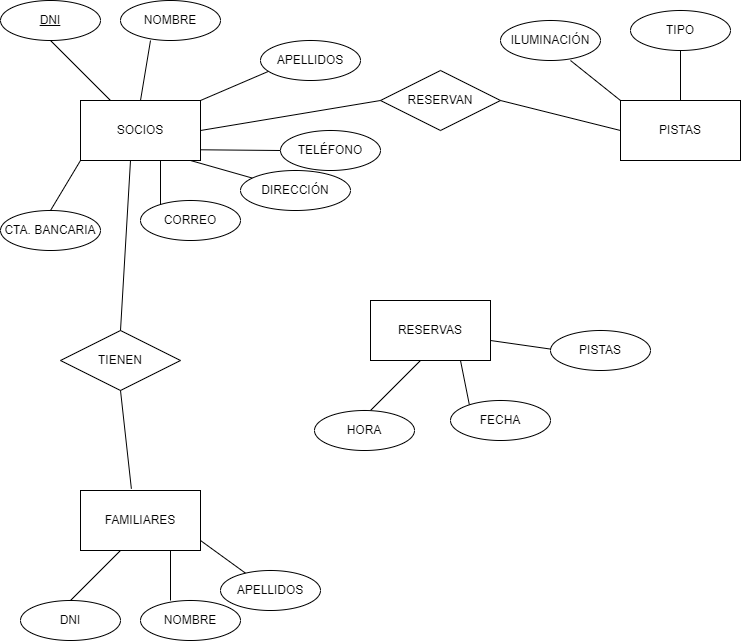
Before: Tarea_2.png, a diagram exported from draw.io (adrilave/Practica-1-AED). Source tidied: cells renumbered, new cells last; positions are measured from the earlier drawing's top-left corner, leaving out a move shared by most shapes.
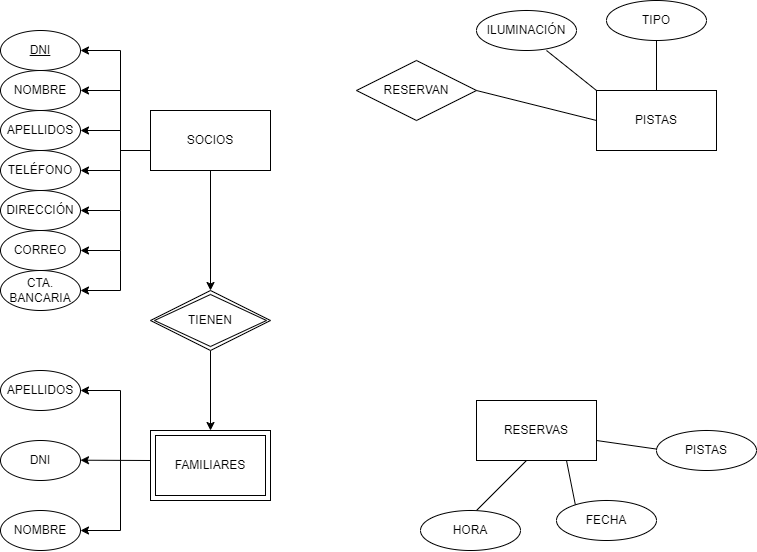
The same diagram one commit later.

Diff of the diagram source:
```diff
@@ -3,174 +3,204 @@
     <mxCell id="0" />
     <mxCell id="1" parent="0" />
     <mxCell id="2" value="SOCIOS" style="rounded=0;whiteSpace=wrap;html=1;" parent="1" vertex="1">
-      <mxGeometry x="80" y="100" width="120" height="60" as="geometry" />
+      <mxGeometry x="170" y="420" width="120" height="60" as="geometry" />
     </mxCell>
-    <mxCell id="3" value="&lt;div style=&quot;&quot;&gt;&lt;span style=&quot;background-color: initial;&quot;&gt;FAMILIARES&lt;/span&gt;&lt;br&gt;&lt;/div&gt;" style="rounded=0;whiteSpace=wrap;html=1;" parent="1" vertex="1">
-      <mxGeometry x="80" y="490" width="120" height="60" as="geometry" />
-    </mxCell>
     <mxCell id="4" value="PISTAS" style="rounded=0;whiteSpace=wrap;html=1;" parent="1" vertex="1">
-      <mxGeometry x="620" y="100" width="120" height="60" as="geometry" />
+      <mxGeometry x="616" y="400" width="120" height="60" as="geometry" />
     </mxCell>
     <mxCell id="5" value="RESERVAS" style="rounded=0;whiteSpace=wrap;html=1;" parent="1" vertex="1">
-      <mxGeometry x="370" y="300" width="120" height="60" as="geometry" />
+      <mxGeometry x="496" y="710" width="120" height="60" as="geometry" />
     </mxCell>
-    <mxCell id="6" style="endArrow=none;html=1;rounded=0;exitX=0.25;exitY=0;exitDx=0;exitDy=0;" parent="1" edge="1" source="2">
-      <mxGeometry relative="1" as="geometry">
-        <mxPoint x="50" y="40" as="targetPoint" />
-      </mxGeometry>
-    </mxCell>
-    <mxCell id="7" style="endArrow=none;html=1;rounded=0;exitX=0.5;exitY=0;exitDx=0;exitDy=0;" parent="1" edge="1" source="2">
-      <mxGeometry relative="1" as="geometry">
-        <mxPoint x="150" y="40" as="targetPoint" />
-      </mxGeometry>
-    </mxCell>
-    <mxCell id="8" style="endArrow=none;html=1;rounded=0;exitX=1;exitY=0;exitDx=0;exitDy=0;" parent="1" edge="1" source="2">
-      <mxGeometry relative="1" as="geometry">
-        <mxPoint x="270" y="70" as="targetPoint" />
-      </mxGeometry>
-    </mxCell>
-    <mxCell id="9" style="endArrow=none;html=1;rounded=0;entryX=0;entryY=0.5;entryDx=0;entryDy=0;" parent="1" edge="1" target="14">
-      <mxGeometry relative="1" as="geometry">
-        <mxPoint x="200" y="149.3" as="sourcePoint" />
-      </mxGeometry>
-    </mxCell>
-    <mxCell id="10" style="endArrow=none;html=1;rounded=0;" parent="1" edge="1" source="13">
-      <mxGeometry relative="1" as="geometry">
-        <mxPoint x="190" y="160" as="targetPoint" />
-      </mxGeometry>
-    </mxCell>
-    <mxCell id="11" style="endArrow=none;html=1;rounded=0;" parent="1" edge="1">
-      <mxGeometry relative="1" as="geometry">
-        <mxPoint x="160" y="210" as="sourcePoint" />
-        <mxPoint x="160" y="160" as="targetPoint" />
-      </mxGeometry>
-    </mxCell>
     <mxCell id="12" value="CORREO" style="ellipse;whiteSpace=wrap;html=1;align=center;" parent="1" vertex="1">
-      <mxGeometry x="140" y="200" width="100" height="40" as="geometry" />
+      <mxGeometry x="20" y="540" width="80" height="40" as="geometry" />
     </mxCell>
     <mxCell id="13" value="DIRECCIÓN" style="ellipse;whiteSpace=wrap;html=1;align=center;" parent="1" vertex="1">
-      <mxGeometry x="240" y="170" width="110" height="40" as="geometry" />
+      <mxGeometry x="20" y="500" width="80" height="40" as="geometry" />
     </mxCell>
     <mxCell id="14" value="TELÉFONO" style="ellipse;whiteSpace=wrap;html=1;align=center;" parent="1" vertex="1">
-      <mxGeometry x="280" y="130" width="100" height="40" as="geometry" />
+      <mxGeometry x="20" y="460" width="80" height="40" as="geometry" />
     </mxCell>
     <mxCell id="15" value="APELLIDOS" style="ellipse;whiteSpace=wrap;html=1;align=center;" parent="1" vertex="1">
-      <mxGeometry x="260" y="40" width="100" height="40" as="geometry" />
+      <mxGeometry x="20" y="420" width="80" height="40" as="geometry" />
     </mxCell>
     <mxCell id="16" value="NOMBRE" style="ellipse;whiteSpace=wrap;html=1;align=center;" parent="1" vertex="1">
-      <mxGeometry x="120" width="100" height="40" as="geometry" />
+      <mxGeometry x="20" y="380" width="80" height="40" as="geometry" />
     </mxCell>
     <mxCell id="17" value="DNI" style="ellipse;whiteSpace=wrap;html=1;align=center;fontStyle=4;" parent="1" vertex="1">
-      <mxGeometry width="100" height="40" as="geometry" />
+      <mxGeometry x="20" y="340" width="80" height="40" as="geometry" />
     </mxCell>
-    <mxCell id="18" style="endArrow=none;html=1;rounded=0;" parent="1" edge="1">
-      <mxGeometry relative="1" as="geometry">
-        <mxPoint x="50" y="210" as="sourcePoint" />
-        <mxPoint x="80" y="160" as="targetPoint" />
-      </mxGeometry>
-    </mxCell>
     <mxCell id="19" value="CTA. BANCARIA" style="ellipse;whiteSpace=wrap;html=1;align=center;" parent="1" vertex="1">
-      <mxGeometry y="210" width="100" height="40" as="geometry" />
+      <mxGeometry x="20" y="580" width="80" height="40" as="geometry" />
     </mxCell>
     <mxCell id="20" style="edgeStyle=orthogonalEdgeStyle;rounded=0;orthogonalLoop=1;jettySize=auto;html=1;exitX=0.5;exitY=1;exitDx=0;exitDy=0;" parent="1" edge="1" source="12" target="12">
       <mxGeometry relative="1" as="geometry" />
     </mxCell>
     <mxCell id="21" style="endArrow=none;html=1;rounded=0;" parent="1" edge="1">
       <mxGeometry relative="1" as="geometry">
-        <mxPoint x="680" y="100" as="sourcePoint" />
-        <mxPoint x="680" y="50" as="targetPoint" />
+        <mxPoint x="676" y="400" as="sourcePoint" />
+        <mxPoint x="676" y="350" as="targetPoint" />
       </mxGeometry>
     </mxCell>
     <mxCell id="22" value="TIPO" style="ellipse;whiteSpace=wrap;html=1;align=center;" parent="1" vertex="1">
-      <mxGeometry x="630" y="10" width="100" height="40" as="geometry" />
+      <mxGeometry x="626" y="310" width="100" height="40" as="geometry" />
     </mxCell>
     <mxCell id="23" style="endArrow=none;html=1;rounded=0;" parent="1" edge="1">
       <mxGeometry relative="1" as="geometry">
-        <mxPoint x="570" y="60" as="sourcePoint" />
-        <mxPoint x="620" y="100" as="targetPoint" />
+        <mxPoint x="566" y="360" as="sourcePoint" />
+        <mxPoint x="616" y="400" as="targetPoint" />
       </mxGeometry>
     </mxCell>
     <mxCell id="24" value="ILUMINACIÓN" style="ellipse;whiteSpace=wrap;html=1;align=center;" parent="1" vertex="1">
-      <mxGeometry x="500" y="20" width="100" height="40" as="geometry" />
+      <mxGeometry x="496" y="320" width="100" height="40" as="geometry" />
     </mxCell>
-    <mxCell id="25" style="endArrow=none;html=1;rounded=0;" parent="1" edge="1">
-      <mxGeometry relative="1" as="geometry">
-        <mxPoint x="70" y="600" as="sourcePoint" />
-        <mxPoint x="120" y="550" as="targetPoint" />
-      </mxGeometry>
-    </mxCell>
     <mxCell id="26" value="DNI" style="ellipse;whiteSpace=wrap;html=1;align=center;" parent="1" vertex="1">
-      <mxGeometry x="20" y="600" width="100" height="40" as="geometry" />
+      <mxGeometry x="20" y="750" width="80" height="40" as="geometry" />
     </mxCell>
-    <mxCell id="27" style="endArrow=none;html=1;rounded=0;" parent="1" edge="1">
-      <mxGeometry relative="1" as="geometry">
-        <mxPoint x="170" y="600" as="sourcePoint" />
-        <mxPoint x="170" y="550" as="targetPoint" />
-      </mxGeometry>
-    </mxCell>
     <mxCell id="28" value="NOMBRE" style="ellipse;whiteSpace=wrap;html=1;align=center;" parent="1" vertex="1">
-      <mxGeometry x="140" y="600" width="100" height="40" as="geometry" />
+      <mxGeometry x="20" y="820" width="80" height="40" as="geometry" />
     </mxCell>
-    <mxCell id="29" style="endArrow=none;html=1;rounded=0;" parent="1" edge="1" source="30">
-      <mxGeometry relative="1" as="geometry">
-        <mxPoint x="200" y="540" as="targetPoint" />
-      </mxGeometry>
-    </mxCell>
     <mxCell id="30" value="APELLIDOS" style="ellipse;whiteSpace=wrap;html=1;align=center;" parent="1" vertex="1">
-      <mxGeometry x="220" y="570" width="100" height="40" as="geometry" />
+      <mxGeometry x="20" y="680" width="80" height="40" as="geometry" />
     </mxCell>
-    <mxCell id="31" value="TIENEN" style="shape=rhombus;perimeter=rhombusPerimeter;whiteSpace=wrap;html=1;align=center;" parent="1" vertex="1">
-      <mxGeometry x="60" y="330" width="120" height="60" as="geometry" />
-    </mxCell>
-    <mxCell id="32" style="endArrow=none;html=1;rounded=0;exitX=0.5;exitY=0;exitDx=0;exitDy=0;" parent="1" edge="1" source="31">
-      <mxGeometry relative="1" as="geometry">
-        <mxPoint x="130" y="160" as="targetPoint" />
-      </mxGeometry>
-    </mxCell>
-    <mxCell id="33" style="endArrow=none;html=1;rounded=0;exitX=0.424;exitY=-0.029;exitDx=0;exitDy=0;exitPerimeter=0;" parent="1" edge="1" source="3">
-      <mxGeometry relative="1" as="geometry">
-        <mxPoint x="120" y="390" as="targetPoint" />
-      </mxGeometry>
-    </mxCell>
     <mxCell id="34" value="RESERVAN" style="shape=rhombus;perimeter=rhombusPerimeter;whiteSpace=wrap;html=1;align=center;" parent="1" vertex="1">
-      <mxGeometry x="380" y="70" width="120" height="60" as="geometry" />
+      <mxGeometry x="376" y="370" width="120" height="60" as="geometry" />
     </mxCell>
-    <mxCell id="35" style="endArrow=none;html=1;rounded=0;entryX=0;entryY=0.5;entryDx=0;entryDy=0;" parent="1" edge="1" target="34">
-      <mxGeometry relative="1" as="geometry">
-        <mxPoint x="200" y="130" as="sourcePoint" />
-      </mxGeometry>
-    </mxCell>
     <mxCell id="36" style="endArrow=none;html=1;rounded=0;entryX=0;entryY=0.5;entryDx=0;entryDy=0;" parent="1" edge="1" target="4">
       <mxGeometry relative="1" as="geometry">
-        <mxPoint x="500" y="100" as="sourcePoint" />
+        <mxPoint x="496" y="400" as="sourcePoint" />
       </mxGeometry>
     </mxCell>
     <mxCell id="37" style="endArrow=none;html=1;rounded=0;" parent="1" edge="1">
       <mxGeometry relative="1" as="geometry">
-        <mxPoint x="470" y="410" as="sourcePoint" />
-        <mxPoint x="460" y="360" as="targetPoint" />
+        <mxPoint x="596" y="820" as="sourcePoint" />
+        <mxPoint x="586" y="770" as="targetPoint" />
       </mxGeometry>
     </mxCell>
     <mxCell id="38" value="FECHA" style="ellipse;whiteSpace=wrap;html=1;align=center;" parent="1" vertex="1">
-      <mxGeometry x="450" y="400" width="100" height="40" as="geometry" />
+      <mxGeometry x="576" y="810" width="100" height="40" as="geometry" />
     </mxCell>
     <mxCell id="39" style="endArrow=none;html=1;rounded=0;" parent="1" edge="1">
       <mxGeometry relative="1" as="geometry">
-        <mxPoint x="490" y="340" as="sourcePoint" />
-        <mxPoint x="560" y="350" as="targetPoint" />
+        <mxPoint x="616" y="750" as="sourcePoint" />
+        <mxPoint x="686" y="760" as="targetPoint" />
       </mxGeometry>
     </mxCell>
     <mxCell id="40" value="PISTAS" style="ellipse;whiteSpace=wrap;html=1;align=center;" parent="1" vertex="1">
-      <mxGeometry x="550" y="330" width="100" height="40" as="geometry" />
+      <mxGeometry x="676" y="740" width="100" height="40" as="geometry" />
     </mxCell>
     <mxCell id="41" style="endArrow=none;html=1;rounded=0;" parent="1" edge="1">
       <mxGeometry relative="1" as="geometry">
-        <mxPoint x="370" y="410" as="sourcePoint" />
-        <mxPoint x="420" y="360" as="targetPoint" />
+        <mxPoint x="496" y="820" as="sourcePoint" />
+        <mxPoint x="546" y="770" as="targetPoint" />
       </mxGeometry>
     </mxCell>
     <mxCell id="42" value="HORA" style="ellipse;whiteSpace=wrap;html=1;align=center;" parent="1" vertex="1">
-      <mxGeometry x="314" y="410" width="100" height="40" as="geometry" />
+      <mxGeometry x="440" y="820" width="100" height="40" as="geometry" />
     </mxCell>
+    <mxCell id="43" style="endArrow=classic;html=1;rounded=0;exitX=0;exitY=0.5;exitDx=0;exitDy=0;" parent="1" edge="1">
+      <mxGeometry relative="1" as="geometry">
+        <mxPoint x="170" y="770" as="sourcePoint" />
+        <mxPoint x="100" y="769.7" as="targetPoint" />
+      </mxGeometry>
+    </mxCell>
+    <mxCell id="44" style="endArrow=classic;html=1;rounded=0;" parent="1" edge="1">
+      <mxGeometry relative="1" as="geometry">
+        <mxPoint x="140" y="770" as="sourcePoint" />
+        <mxPoint x="100" y="840" as="targetPoint" />
+        <Array as="points">
+          <mxPoint x="140" y="840" />
+        </Array>
+      </mxGeometry>
+    </mxCell>
+    <mxCell id="45" style="endArrow=classic;html=1;rounded=0;" parent="1" edge="1">
+      <mxGeometry relative="1" as="geometry">
+        <mxPoint x="140" y="770" as="sourcePoint" />
+        <mxPoint x="100" y="700" as="targetPoint" />
+        <Array as="points">
+          <mxPoint x="140" y="700" />
+        </Array>
+      </mxGeometry>
+    </mxCell>
+    <mxCell id="46" style="endArrow=classic;html=1;rounded=0;" parent="1" edge="1">
+      <mxGeometry relative="1" as="geometry">
+        <mxPoint x="140" y="480" as="sourcePoint" />
+        <mxPoint x="100" y="480" as="targetPoint" />
+      </mxGeometry>
+    </mxCell>
+    <mxCell id="47" style="endArrow=classic;html=1;rounded=0;" parent="1" edge="1">
+      <mxGeometry relative="1" as="geometry">
+        <mxPoint x="140" y="465" as="sourcePoint" />
+        <mxPoint x="100" y="400" as="targetPoint" />
+        <Array as="points">
+          <mxPoint x="140" y="400" />
+        </Array>
+      </mxGeometry>
+    </mxCell>
+    <mxCell id="48" style="endArrow=classic;html=1;rounded=0;" parent="1" edge="1">
+      <mxGeometry relative="1" as="geometry">
+        <mxPoint x="140" y="450" as="sourcePoint" />
+        <mxPoint x="100" y="520" as="targetPoint" />
+        <Array as="points">
+          <mxPoint x="140" y="520" />
+        </Array>
+      </mxGeometry>
+    </mxCell>
+    <mxCell id="49" style="endArrow=classic;html=1;rounded=0;" parent="1" edge="1">
+      <mxGeometry relative="1" as="geometry">
+        <mxPoint x="140" y="470" as="sourcePoint" />
+        <mxPoint x="100" y="360" as="targetPoint" />
+        <Array as="points">
+          <mxPoint x="140" y="360" />
+        </Array>
+      </mxGeometry>
+    </mxCell>
+    <mxCell id="50" style="endArrow=classic;html=1;rounded=0;" parent="1" edge="1">
+      <mxGeometry relative="1" as="geometry">
+        <mxPoint x="140" y="440" as="sourcePoint" />
+        <mxPoint x="100" y="440" as="targetPoint" />
+      </mxGeometry>
+    </mxCell>
+    <mxCell id="51" style="endArrow=none;html=1;rounded=0;" parent="1" edge="1">
+      <mxGeometry relative="1" as="geometry">
+        <mxPoint x="170" y="460" as="sourcePoint" />
+        <mxPoint x="140" y="460" as="targetPoint" />
+      </mxGeometry>
+    </mxCell>
+    <mxCell id="52" style="endArrow=classic;html=1;rounded=0;" parent="1" edge="1">
+      <mxGeometry relative="1" as="geometry">
+        <mxPoint x="140" y="520" as="sourcePoint" />
+        <mxPoint x="100" y="560" as="targetPoint" />
+        <Array as="points">
+          <mxPoint x="140" y="560" />
+        </Array>
+      </mxGeometry>
+    </mxCell>
+    <mxCell id="53" style="endArrow=classic;html=1;rounded=0;" parent="1" edge="1">
+      <mxGeometry relative="1" as="geometry">
+        <mxPoint x="140" y="560" as="sourcePoint" />
+        <mxPoint x="100" y="600" as="targetPoint" />
+        <Array as="points">
+          <mxPoint x="140" y="600" />
+        </Array>
+      </mxGeometry>
+    </mxCell>
+    <mxCell id="54" style="endArrow=classic;html=1;rounded=0;" parent="1" edge="1">
+      <mxGeometry relative="1" as="geometry">
+        <mxPoint x="230" y="480" as="sourcePoint" />
+        <mxPoint x="230" y="600" as="targetPoint" />
+      </mxGeometry>
+    </mxCell>
+    <mxCell id="55" style="endArrow=classic;html=1;rounded=0;entryX=0.5;entryY=0;entryDx=0;entryDy=0;" parent="1" edge="1">
+      <mxGeometry relative="1" as="geometry">
+        <mxPoint x="230" y="660" as="sourcePoint" />
+        <mxPoint x="230" y="740" as="targetPoint" />
+      </mxGeometry>
+    </mxCell>
+    <mxCell id="31" value="TIENEN" style="shape=rhombus;double=1;perimeter=rhombusPerimeter;whiteSpace=wrap;html=1;align=center;" parent="1" vertex="1">
+      <mxGeometry x="170" y="600" width="120" height="60" as="geometry" />
+    </mxCell>
+    <mxCell id="3" value="FAMILIARES" style="shape=ext;margin=3;double=1;whiteSpace=wrap;html=1;align=center;" parent="1" vertex="1">
+      <mxGeometry x="170" y="740" width="120" height="70" as="geometry" />
+    </mxCell>
   </root>
 </mxGraphModel>
```
